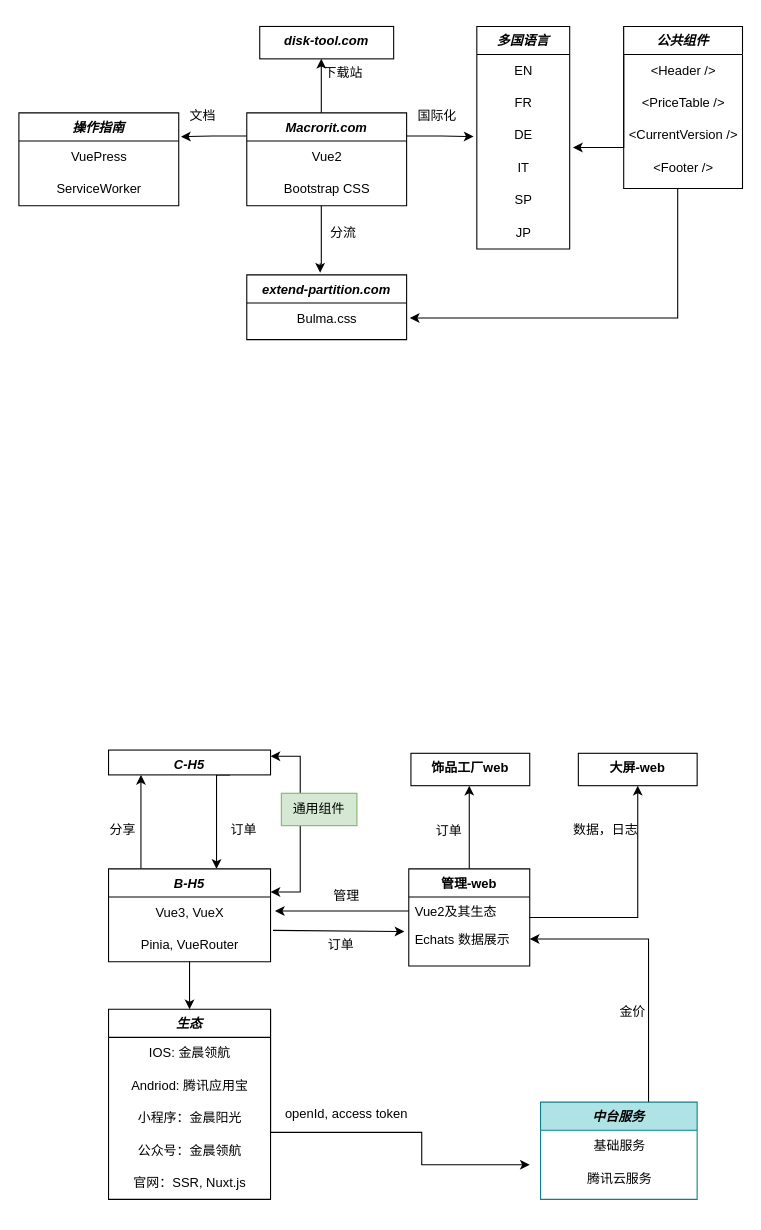
Above: 未命名绘图.drawio in djdeo/book-manager (draw.io), before the change. Source tidied: cells renumbered, new cells numbered last; positions are measured from the earlier drawing's top-left corner, leaving out a move shared by most shapes. Both pictures are drawn from the tidied source at 108%, with x=0, y=0 at pixel (18, 26).
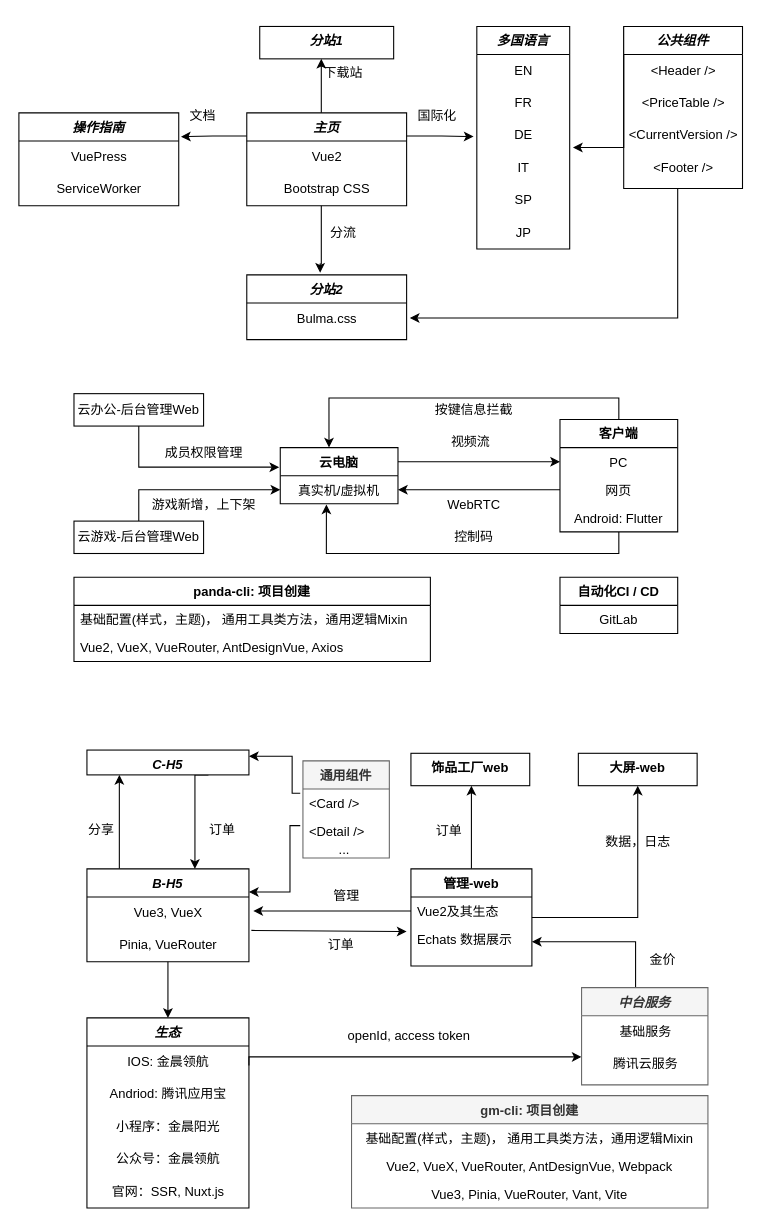
After the change.

Commit message:
更新未命名绘图.drawio

Unchanged cells that the change refers to:
```xml
<mxCell id="11" value="Echats 数据展示" style="text;align=left;verticalAlign=top;spacingLeft=4;spacingRight=4;overflow=hidden;points=[[0,0.5],[1,0.5]];portConstraint=eastwest;rounded=0;shadow=0;html=0;" parent="9" vertex="1">
  <mxGeometry y="52" width="112" height="26" as="geometry" />
</mxCell>
<mxCell id="40" style="group;" parent="1" vertex="1">
  <mxGeometry width="670" height="290" as="geometry" />
</mxCell>
```

Diff of the diagram source:
```diff
@@
     <mxCell id="2" style="edgeStyle=orthogonalEdgeStyle;rounded=0;jettySize=auto;html=1;" parent="1" edge="1" source="4" target="16">
       <mxGeometry relative="1" as="geometry">
         <Array as="points">
-          <mxPoint x="113" y="730" />
-          <mxPoint x="113" y="730" />
+          <mxPoint x="93" y="730" />
+          <mxPoint x="93" y="730" />
         </Array>
       </mxGeometry>
     </mxCell>
     <mxCell id="3" style="edgeStyle=orthogonalEdgeStyle;rounded=0;jettySize=auto;html=1;" parent="1" edge="1" source="4" target="24">
       <mxGeometry relative="1" as="geometry">
         <Array as="points">
-          <mxPoint x="148" y="930" />
-          <mxPoint x="148" y="930" />
+          <mxPoint x="128" y="930" />
+          <mxPoint x="128" y="930" />
         </Array>
       </mxGeometry>
     </mxCell>
     <mxCell id="4" value="B-H5" style="swimlane;fontStyle=3;align=center;verticalAlign=top;horizontal=1;startSize=26;rounded=0;shadow=0;strokeWidth=1;" parent="1" vertex="1">
-      <mxGeometry x="83" y="780" width="150" height="86" as="geometry" />
+      <mxGeometry x="63" y="780" width="150" height="86" as="geometry" />
     </mxCell>
@@
     <mxCell id="9" value="管理-web" style="swimlane;fontStyle=1;align=center;verticalAlign=top;horizontal=1;startSize=26;rounded=0;shadow=0;strokeWidth=1;" parent="1" vertex="1">
-      <mxGeometry x="361" y="780" width="112" height="90" as="geometry" />
+      <mxGeometry x="363" y="780" width="112" height="90" as="geometry" />
     </mxCell>
@@
     <mxCell id="15" style="edgeStyle=orthogonalEdgeStyle;rounded=0;jettySize=auto;html=1;exitX=0.75;exitY=1;exitDx=0;exitDy=0;" parent="1" edge="1" source="16" target="4">
       <mxGeometry relative="1" as="geometry">
         <Array as="points">
-          <mxPoint x="183" y="693" />
+          <mxPoint x="163" y="693" />
         </Array>
       </mxGeometry>
     </mxCell>
     <mxCell id="16" value="&lt;b&gt;C-H5&lt;/b&gt;" style="whiteSpace=wrap;html=1;verticalAlign=top;fontStyle=2;startSize=26;rounded=0;shadow=0;strokeWidth=1;" parent="1" vertex="1">
-      <mxGeometry x="83" y="670" width="150" height="23" as="geometry" />
+      <mxGeometry x="63" y="670" width="150" height="23" as="geometry" />
     </mxCell>
     <mxCell id="17" value="分享" style="text;html=1;align=center;verticalAlign=middle;strokeColor=none;fillColor=none;" parent="1" vertex="1">
-      <mxGeometry x="71" y="729" width="50" height="30" as="geometry" />
+      <mxGeometry x="51" y="729" width="50" height="30" as="geometry" />
     </mxCell>
     <mxCell id="18" value="订单" style="text;html=1;align=center;verticalAlign=middle;strokeColor=none;fillColor=none;" parent="1" vertex="1">
-      <mxGeometry x="183" y="729" width="50" height="30" as="geometry" />
+      <mxGeometry x="163" y="729" width="50" height="30" as="geometry" />
     </mxCell>
@@
     <mxCell id="21" value="数据，日志" style="text;html=1;align=center;verticalAlign=middle;strokeColor=none;fillColor=none;" parent="1" vertex="1">
-      <mxGeometry x="503" y="729" width="80" height="30" as="geometry" />
+      <mxGeometry x="533" y="740" width="80" height="30" as="geometry" />
     </mxCell>
@@
-    <mxCell id="23" style="edgeStyle=orthogonalEdgeStyle;rounded=0;jettySize=auto;html=1;exitX=1;exitY=0;exitDx=0;exitDy=0;" parent="1" edge="1" source="24">
-      <mxGeometry relative="1" as="geometry">
-        <mxPoint x="473" y="1054" as="targetPoint" />
-        <Array as="points">
-          <mxPoint x="233" y="1024" />
-          <mxPoint x="373" y="1024" />
-          <mxPoint x="373" y="1054" />
-          <mxPoint x="433" y="1054" />
-        </Array>
-      </mxGeometry>
-    </mxCell>
+    <mxCell id="72" style="edgeStyle=orthogonalEdgeStyle;rounded=0;jettySize=auto;html=1;exitX=1;exitY=0.25;exitDx=0;exitDy=0;entryX=0;entryY=0.27;entryDx=0;entryDy=0;entryPerimeter=0;" parent="1" edge="1" source="24" target="33">
+      <mxGeometry relative="1" as="geometry">
+        <Array as="points">
+          <mxPoint x="213" y="954" />
+        </Array>
+      </mxGeometry>
+    </mxCell>
     <mxCell id="24" value="生态" style="swimlane;fontStyle=3;align=center;verticalAlign=top;horizontal=1;startSize=26;rounded=0;shadow=0;strokeWidth=1;" parent="1" vertex="1">
-      <mxGeometry x="83" y="910" width="150" height="176" as="geometry" />
+      <mxGeometry x="63" y="918" width="150" height="176" as="geometry" />
     </mxCell>
@@
-    <mxCell id="30" style="edgeStyle=orthogonalEdgeStyle;rounded=0;jettySize=auto;html=1;exitX=1;exitY=0.25;exitDx=0;exitDy=0;entryX=1;entryY=0.5;entryDx=0;entryDy=0;" parent="1" edge="1" source="31" target="11">
-      <mxGeometry relative="1" as="geometry">
-        <Array as="points">
-          <mxPoint x="583" y="1019" />
-          <mxPoint x="583" y="845" />
-        </Array>
-      </mxGeometry>
-    </mxCell>
+    <mxCell id="73" style="edgeStyle=orthogonalEdgeStyle;rounded=0;jettySize=auto;html=1;exitX=0.5;exitY=0;exitDx=0;exitDy=0;entryX=1;entryY=0.75;entryDx=0;entryDy=0;" parent="1" edge="1" source="31" target="9">
+      <mxGeometry relative="1" as="geometry">
+        <Array as="points">
+          <mxPoint x="571" y="890" />
+          <mxPoint x="571" y="847" />
+        </Array>
+      </mxGeometry>
+    </mxCell>
-    <mxCell id="31" value="中台服务" style="swimlane;fontStyle=3;align=center;verticalAlign=top;horizontal=1;startSize=26;rounded=0;shadow=0;strokeWidth=1;fillColor=#b0e3e6;strokeColor=#0e8088;" parent="1" vertex="1">
-      <mxGeometry x="483" y="996" width="145" height="90" as="geometry" />
+    <mxCell id="31" value="中台服务" style="swimlane;fontStyle=3;align=center;verticalAlign=top;horizontal=1;startSize=26;rounded=0;shadow=0;strokeWidth=1;fillColor=#f5f5f5;strokeColor=#666666;fontColor=#333333;" parent="1" vertex="1">
+      <mxGeometry x="521" y="890" width="117" height="90" as="geometry" />
     </mxCell>
     <mxCell id="32" value="基础服务" style="text;html=1;align=center;verticalAlign=middle;strokeColor=none;fillColor=none;" parent="31" vertex="1">
-      <mxGeometry y="26" width="145" height="30" as="geometry" />
+      <mxGeometry y="26" width="117" height="30" as="geometry" />
     </mxCell>
     <mxCell id="33" value="腾讯云服务" style="text;html=1;align=center;verticalAlign=middle;points=[];strokeColor=none;fillColor=none;" parent="31" vertex="1">
-      <mxGeometry y="56" width="145" height="30" as="geometry" />
+      <mxGeometry y="56" width="117" height="30" as="geometry" />
     </mxCell>
     <mxCell id="34" value="金价" style="text;html=1;align=center;verticalAlign=middle;strokeColor=none;fillColor=none;" parent="1" vertex="1">
-      <mxGeometry x="543" y="898" width="50" height="30" as="geometry" />
+      <mxGeometry x="571" y="850" width="50" height="30" as="geometry" />
     </mxCell>
     <mxCell id="35" value="openId, access token" style="text;html=1;align=center;verticalAlign=middle;strokeColor=none;fillColor=none;" parent="1" vertex="1">
-      <mxGeometry x="233" y="992" width="140" height="30" as="geometry" />
+      <mxGeometry x="291" y="920" width="140" height="30" as="geometry" />
     </mxCell>
-    <mxCell id="36" style="edgeStyle=orthogonalEdgeStyle;rounded=0;jettySize=auto;html=1;exitX=0.25;exitY=1;exitDx=0;exitDy=0;entryX=1;entryY=0.25;entryDx=0;entryDy=0;" parent="1" edge="1" source="38" target="4">
-      <mxGeometry relative="1" as="geometry" />
+    <mxCell id="36" style="edgeStyle=orthogonalEdgeStyle;rounded=0;jettySize=auto;html=1;exitX=0.25;exitY=1;exitDx=0;exitDy=0;entryX=1;entryY=0.25;entryDx=0;entryDy=0;" parent="1" edge="1" target="4">
+      <mxGeometry relative="1" as="geometry">
+        <mxPoint x="260.5" y="740" as="sourcePoint" />
+        <Array as="points">
+          <mxPoint x="251" y="740" />
+          <mxPoint x="251" y="802" />
+        </Array>
+      </mxGeometry>
     </mxCell>
-    <mxCell id="37" style="edgeStyle=orthogonalEdgeStyle;rounded=0;jettySize=auto;html=1;exitX=0.25;exitY=0;exitDx=0;exitDy=0;entryX=1;entryY=0.25;entryDx=0;entryDy=0;" parent="1" edge="1" source="38" target="16">
-      <mxGeometry relative="1" as="geometry" />
+    <mxCell id="37" style="edgeStyle=orthogonalEdgeStyle;rounded=0;jettySize=auto;html=1;exitX=0.25;exitY=0;exitDx=0;exitDy=0;entryX=1;entryY=0.25;entryDx=0;entryDy=0;" parent="1" edge="1" target="16">
+      <mxGeometry relative="1" as="geometry">
+        <mxPoint x="260.5" y="710" as="sourcePoint" />
+        <Array as="points">
+          <mxPoint x="253" y="710" />
+          <mxPoint x="253" y="676" />
+        </Array>
+      </mxGeometry>
     </mxCell>
-    <mxCell id="38" value="通用组件" style="whiteSpace=wrap;html=1;fillColor=#d5e8d4;strokeColor=#82b366;" parent="1" vertex="1">
-      <mxGeometry x="243" y="710" width="70" height="30" as="geometry" />
-    </mxCell>
@@
-    <mxCell id="41" value="Macrorit.com&#10;" style="swimlane;fontStyle=3;align=center;verticalAlign=top;horizontal=1;startSize=26;rounded=0;shadow=0;strokeWidth=1;" parent="40" vertex="1">
+    <mxCell id="41" value="主页&#10;" style="swimlane;fontStyle=3;align=center;verticalAlign=top;horizontal=1;startSize=26;rounded=0;shadow=0;strokeWidth=1;" parent="40" vertex="1">
       <mxGeometry x="211" y="80" width="148" height="86" as="geometry" />
     </mxCell>
@@
-    <mxCell id="44" value="disk-tool.com" style="whiteSpace=wrap;html=1;verticalAlign=top;fontStyle=3;startSize=26;rounded=0;shadow=0;strokeWidth=1;" parent="40" vertex="1">
+    <mxCell id="44" value="分站1" style="whiteSpace=wrap;html=1;verticalAlign=top;fontStyle=3;startSize=26;rounded=0;shadow=0;strokeWidth=1;" parent="40" vertex="1">
       <mxGeometry x="223" width="124" height="30" as="geometry" />
     </mxCell>
@@
-    <mxCell id="64" value="extend-partition.com" style="swimlane;fontStyle=3;align=center;verticalAlign=top;horizontal=1;startSize=26;rounded=0;shadow=0;strokeWidth=1;" parent="40" vertex="1">
+    <mxCell id="64" value="分站2" style="swimlane;fontStyle=3;align=center;verticalAlign=top;horizontal=1;startSize=26;rounded=0;shadow=0;strokeWidth=1;" parent="40" vertex="1">
       <mxGeometry x="211" y="230" width="148" height="60" as="geometry" />
     </mxCell>
@@
+    <mxCell id="38" value="通用组件" style="swimlane;fontStyle=1;align=center;verticalAlign=top;horizontal=1;startSize=26;rounded=0;shadow=0;strokeWidth=1;fillColor=#f5f5f5;fontColor=#333333;strokeColor=#666666;" parent="1" vertex="1">
+      <mxGeometry x="263" y="680" width="80" height="90" as="geometry" />
+    </mxCell>
+    <mxCell id="74" value="&lt;Card /&gt;" style="text;align=left;verticalAlign=top;spacingLeft=4;spacingRight=4;overflow=hidden;rounded=0;shadow=0;html=0;" parent="38" vertex="1">
+      <mxGeometry y="26" width="80" height="26" as="geometry" />
+    </mxCell>
+    <mxCell id="75" value="&lt;Detail /&gt;" style="text;align=left;verticalAlign=top;spacingLeft=4;spacingRight=4;overflow=hidden;rounded=0;shadow=0;html=0;" parent="38" vertex="1">
+      <mxGeometry y="52" width="80" height="26" as="geometry" />
+    </mxCell>
+    <mxCell id="76" value="..." style="text;html=1;align=center;verticalAlign=middle;strokeColor=none;fillColor=none;" parent="1" vertex="1">
+      <mxGeometry x="286" y="748" width="30" height="30" as="geometry" />
+    </mxCell>
+    <mxCell id="77" style="edgeStyle=orthogonalEdgeStyle;rounded=0;jettySize=auto;html=1;exitX=1;exitY=0.25;exitDx=0;exitDy=0;entryX=0;entryY=0.5;entryDx=0;entryDy=0;" parent="1" edge="1" source="78" target="83">
+      <mxGeometry relative="1" as="geometry" />
+    </mxCell>
+    <mxCell id="78" value="云电脑" style="swimlane;fontStyle=1;align=center;verticalAlign=top;horizontal=1;startSize=26;rounded=0;shadow=0;strokeWidth=1;" parent="1" vertex="1">
+      <mxGeometry x="242" y="390" width="109" height="52" as="geometry" />
+    </mxCell>
+    <mxCell id="79" value="真实机/虚拟机" style="text;align=center;verticalAlign=top;spacingLeft=4;spacingRight=4;overflow=hidden;points=[[0,0.5],[1,0.5]];portConstraint=eastwest;rounded=0;shadow=0;html=0;" parent="78" vertex="1">
+      <mxGeometry y="26" width="109" height="26" as="geometry" />
+    </mxCell>
+    <mxCell id="80" style="edgeStyle=orthogonalEdgeStyle;rounded=0;jettySize=auto;html=1;exitX=0.5;exitY=1;exitDx=0;exitDy=0;entryX=0.392;entryY=1.022;entryDx=0;entryDy=0;entryPerimeter=0;" parent="1" edge="1" source="82" target="79">
+      <mxGeometry relative="1" as="geometry" />
+    </mxCell>
+    <mxCell id="81" style="edgeStyle=orthogonalEdgeStyle;rounded=0;jettySize=auto;html=1;exitX=0.5;exitY=0;exitDx=0;exitDy=0;entryX=0.414;entryY=-0.003;entryDx=0;entryDy=0;entryPerimeter=0;" parent="1" edge="1" source="82" target="78">
+      <mxGeometry relative="1" as="geometry" />
+    </mxCell>
+    <mxCell id="82" value="客户端" style="swimlane;fontStyle=1;align=center;verticalAlign=top;horizontal=1;startSize=26;rounded=0;shadow=0;strokeWidth=1;" parent="1" vertex="1">
+      <mxGeometry x="501" y="364" width="109" height="104" as="geometry" />
+    </mxCell>
+    <mxCell id="83" value="PC" style="text;align=center;verticalAlign=top;spacingLeft=4;spacingRight=4;overflow=hidden;points=[[0,0.5],[1,0.5]];portConstraint=eastwest;rounded=0;shadow=0;html=0;" parent="82" vertex="1">
+      <mxGeometry y="26" width="109" height="26" as="geometry" />
+    </mxCell>
+    <mxCell id="84" value="网页" style="text;align=center;verticalAlign=top;spacingLeft=4;spacingRight=4;overflow=hidden;points=[[0,0.5],[1,0.5]];portConstraint=eastwest;rounded=0;shadow=0;html=0;" parent="82" vertex="1">
+      <mxGeometry y="52" width="109" height="26" as="geometry" />
+    </mxCell>
+    <mxCell id="85" value="Android: Flutter" style="text;align=center;verticalAlign=top;spacingLeft=4;spacingRight=4;overflow=hidden;rounded=0;shadow=0;html=0;" parent="82" vertex="1">
+      <mxGeometry y="78" width="109" height="26" as="geometry" />
+    </mxCell>
+    <mxCell id="86" value="视频流" style="text;html=1;align=center;verticalAlign=middle;strokeColor=none;fillColor=none;" parent="1" vertex="1">
+      <mxGeometry x="388" y="370" width="60" height="30" as="geometry" />
+    </mxCell>
+    <mxCell id="87" style="edgeStyle=orthogonalEdgeStyle;rounded=0;jettySize=auto;html=1;exitX=0;exitY=0.5;exitDx=0;exitDy=0;entryX=1;entryY=0.5;entryDx=0;entryDy=0;" parent="1" edge="1" source="84" target="79">
+      <mxGeometry relative="1" as="geometry" />
+    </mxCell>
+    <mxCell id="88" value="WebRTC" style="text;html=1;align=center;verticalAlign=middle;strokeColor=none;fillColor=none;" parent="1" vertex="1">
+      <mxGeometry x="386" y="428" width="70" height="30" as="geometry" />
+    </mxCell>
+    <mxCell id="89" value="控制码" style="text;html=1;align=center;verticalAlign=middle;strokeColor=none;fillColor=none;" parent="1" vertex="1">
+      <mxGeometry x="391" y="458" width="60" height="30" as="geometry" />
+    </mxCell>
+    <mxCell id="90" value="按键信息拦截" style="text;html=1;align=center;verticalAlign=middle;strokeColor=none;fillColor=none;" parent="1" vertex="1">
+      <mxGeometry x="371" y="340" width="100" height="30" as="geometry" />
+    </mxCell>
+    <mxCell id="91" style="edgeStyle=orthogonalEdgeStyle;rounded=0;jettySize=auto;html=1;exitX=0.5;exitY=1;exitDx=0;exitDy=0;entryX=-0.009;entryY=0.347;entryDx=0;entryDy=0;entryPerimeter=0;" parent="1" edge="1" source="92" target="78">
+      <mxGeometry relative="1" as="geometry" />
+    </mxCell>
+    <mxCell id="92" value="云办公-后台管理Web" style="whiteSpace=wrap;html=1;" parent="1" vertex="1">
+      <mxGeometry x="51" y="340" width="120" height="30" as="geometry" />
+    </mxCell>
+    <mxCell id="93" style="edgeStyle=orthogonalEdgeStyle;rounded=0;jettySize=auto;html=1;exitX=0.5;exitY=0;exitDx=0;exitDy=0;entryX=0;entryY=0.5;entryDx=0;entryDy=0;" parent="1" edge="1" source="94" target="79">
+      <mxGeometry relative="1" as="geometry" />
+    </mxCell>
+    <mxCell id="94" value="云游戏-后台管理Web" style="whiteSpace=wrap;html=1;" parent="1" vertex="1">
+      <mxGeometry x="51" y="458" width="120" height="30" as="geometry" />
+    </mxCell>
+    <mxCell id="95" value="成员权限管理" style="text;html=1;align=center;verticalAlign=middle;strokeColor=none;fillColor=none;" parent="1" vertex="1">
+      <mxGeometry x="121" y="380" width="100" height="30" as="geometry" />
+    </mxCell>
+    <mxCell id="96" value="游戏新增，上下架" style="text;html=1;align=center;verticalAlign=middle;strokeColor=none;fillColor=none;" parent="1" vertex="1">
+      <mxGeometry x="111" y="428" width="120" height="30" as="geometry" />
+    </mxCell>
+    <mxCell id="97" value="panda-cli: 项目创建" style="swimlane;fontStyle=1;align=center;verticalAlign=top;horizontal=1;startSize=26;rounded=0;shadow=0;strokeWidth=1;" parent="1" vertex="1">
+      <mxGeometry x="51" y="510" width="330" height="78" as="geometry" />
+    </mxCell>
+    <mxCell id="98" value="基础配置(样式，主题)， 通用工具类方法，通用逻辑Mixin" style="text;align=left;verticalAlign=top;spacingLeft=4;spacingRight=4;overflow=hidden;rounded=0;shadow=0;html=0;" parent="97" vertex="1">
+      <mxGeometry y="26" width="330" height="26" as="geometry" />
+    </mxCell>
+    <mxCell id="99" value="Vue2, VueX, VueRouter, AntDesignVue, Axios" style="text;align=left;verticalAlign=top;spacingLeft=4;spacingRight=4;overflow=hidden;rounded=0;shadow=0;html=0;" parent="97" vertex="1">
+      <mxGeometry y="52" width="330" height="26" as="geometry" />
+    </mxCell>
+    <mxCell id="100" value="自动化CI / CD" style="swimlane;fontStyle=1;align=center;verticalAlign=top;horizontal=1;startSize=26;rounded=0;shadow=0;strokeWidth=1;" parent="1" vertex="1">
+      <mxGeometry x="501" y="510" width="109" height="52" as="geometry" />
+    </mxCell>
+    <mxCell id="101" value="GitLab" style="text;align=center;verticalAlign=top;spacingLeft=4;spacingRight=4;overflow=hidden;rounded=0;shadow=0;html=0;" parent="100" vertex="1">
+      <mxGeometry y="26" width="109" height="26" as="geometry" />
+    </mxCell>
+    <mxCell id="102" value="gm-cli: 项目创建" style="swimlane;fontStyle=1;align=center;verticalAlign=top;horizontal=1;startSize=26;rounded=0;shadow=0;strokeWidth=1;fillColor=#f5f5f5;strokeColor=#666666;fontColor=#333333;" parent="1" vertex="1">
+      <mxGeometry x="308" y="990" width="330" height="104" as="geometry" />
+    </mxCell>
+    <mxCell id="103" value="基础配置(样式，主题)， 通用工具类方法，通用逻辑Mixin" style="text;align=center;verticalAlign=top;spacingLeft=4;spacingRight=4;overflow=hidden;rounded=0;shadow=0;html=0;" parent="102" vertex="1">
+      <mxGeometry y="26" width="330" height="26" as="geometry" />
+    </mxCell>
+    <mxCell id="104" value="Vue2, VueX, VueRouter, AntDesignVue, Webpack" style="text;align=center;verticalAlign=top;spacingLeft=4;spacingRight=4;overflow=hidden;rounded=0;shadow=0;html=0;" parent="102" vertex="1">
+      <mxGeometry y="52" width="330" height="26" as="geometry" />
+    </mxCell>
+    <mxCell id="105" value="Vue3, Pinia, VueRouter, Vant, Vite" style="text;align=center;verticalAlign=top;spacingLeft=4;spacingRight=4;overflow=hidden;rounded=0;shadow=0;html=0;" parent="102" vertex="1">
+      <mxGeometry y="78" width="330" height="26" as="geometry" />
+    </mxCell>
```
